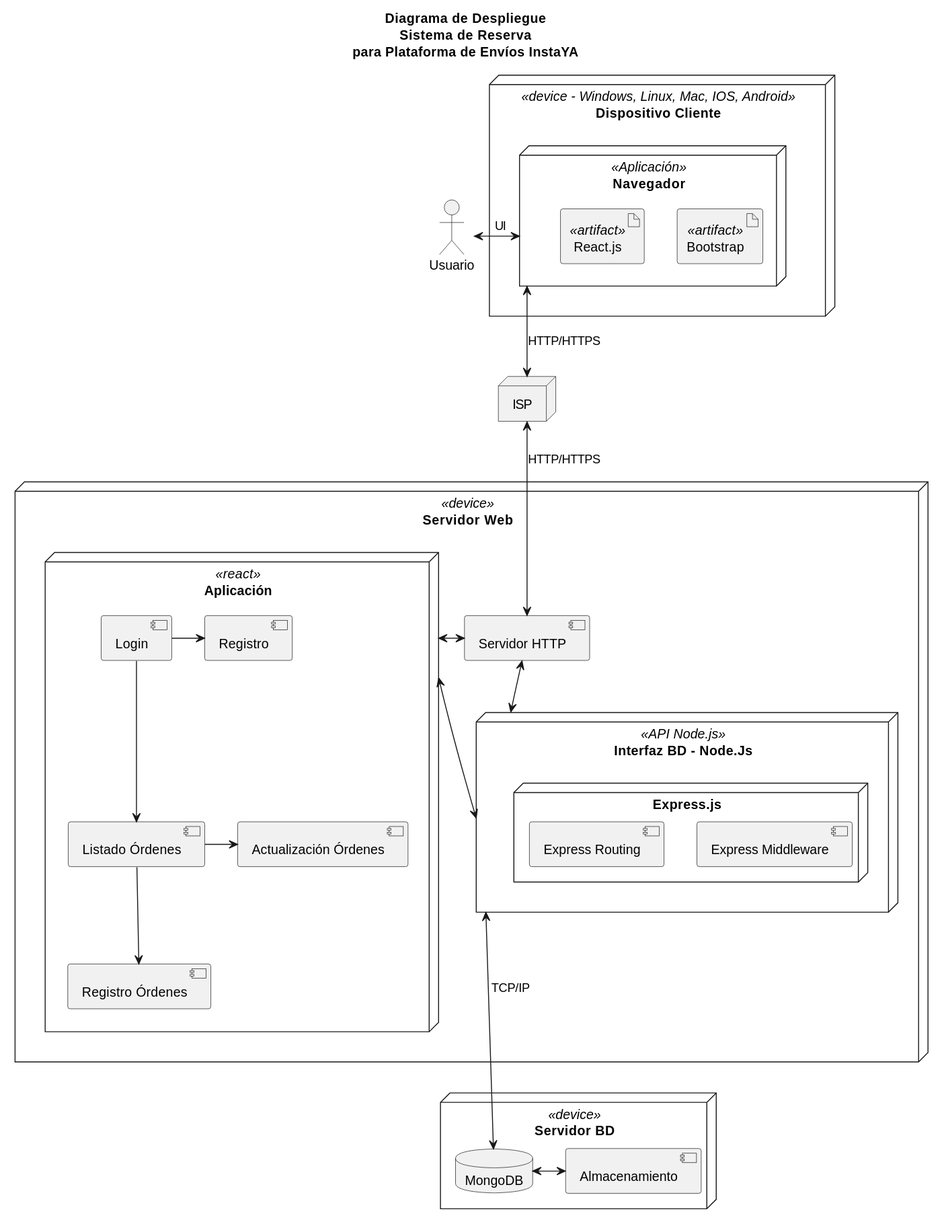
Before: assets-documento/diagrama-despliegue01.svg, a diagram exported from PlantUML (proyectoCiclo4MinTic/instaYa).
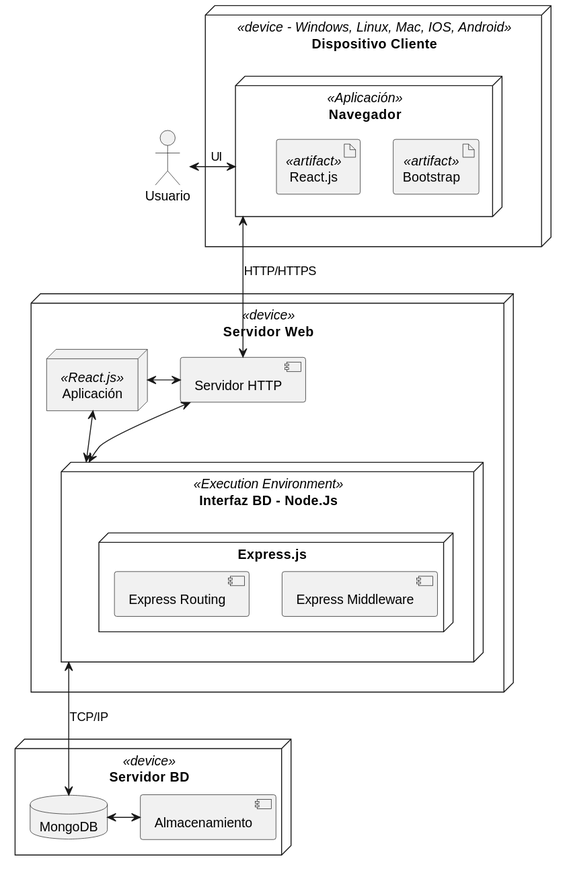
Later version of the same file.

Commit message:
commit correcciones README.md & .pdf, cronograma y diagrama de despliegue a 'angel'

What changed in the source:
```diff
@@ -1,7 +1,6 @@
 @startuml
 
 
-title Diagrama de Despliegue\nSistema de Reserva\npara Plataforma de Envíos InstaYA
 actor "Usuario"
 
 
@@ -15,16 +14,11 @@
 }
 
 node "Servidor Web" <<device>> {
-    node "Aplicación" <<react>> {
-        [Login]
-        [Registro]
-        [Listado Órdenes]
-        [Registro Órdenes]
-        [Actualización Órdenes]
+    node "Aplicación" <<React.js>> {
 
     }
     component "Servidor HTTP"
-    node "Interfaz BD - Node.Js" <<API Node.js>> as IBD {
+    node "Interfaz BD - Node.Js" <<Execution Environment>> as IBD {
         node "Express.js" {
             [Express Middleware]
             [Express Routing]
@@ -40,24 +34,17 @@
     component "Almacenamiento"
 }
 
-node "ISP"
 
 
 [Usuario] <-> Navegador : UI
-Navegador <--> ISP : HTTP/HTTPS
-ISP <--> [Servidor HTTP] : HTTP/HTTPS
-
+Navegador <--> [Servidor HTTP] : HTTP/HTTPS
 Aplicación <-> [Servidor HTTP]
 Aplicación <-> IBD
 [Servidor HTTP] <--> IBD
 
 
-IBD <---> [MongoDB] : TCP/IP
+IBD <--> [MongoDB] : TCP/IP
 [MongoDB] <-> [Almacenamiento]
 
-[Login] -> [Registro]
-[Login] --> [Listado Órdenes]
-[Listado Órdenes] -> [Actualización Órdenes]
-[Listado Órdenes] --> [Registro Órdenes]
 
 @enduml
```
